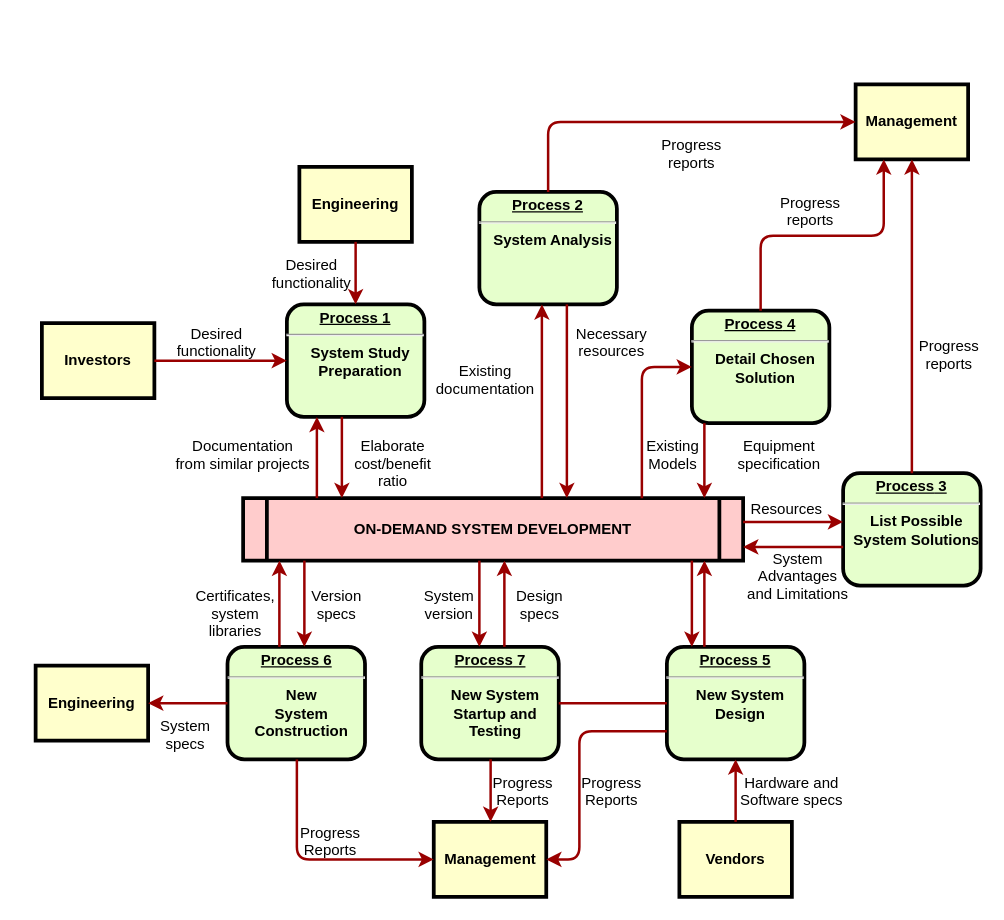
Above: 数据采集方案2.drawio in Luoxun1989/work-graph (draw.io), before the change. Source tidied: cells renumbered, new cells numbered last; positions are measured from the earlier drawing's top-left corner, leaving out a move shared by most shapes. Both pictures are drawn from the tidied source at 125%, with x=0, y=0 at pixel (35, 84).
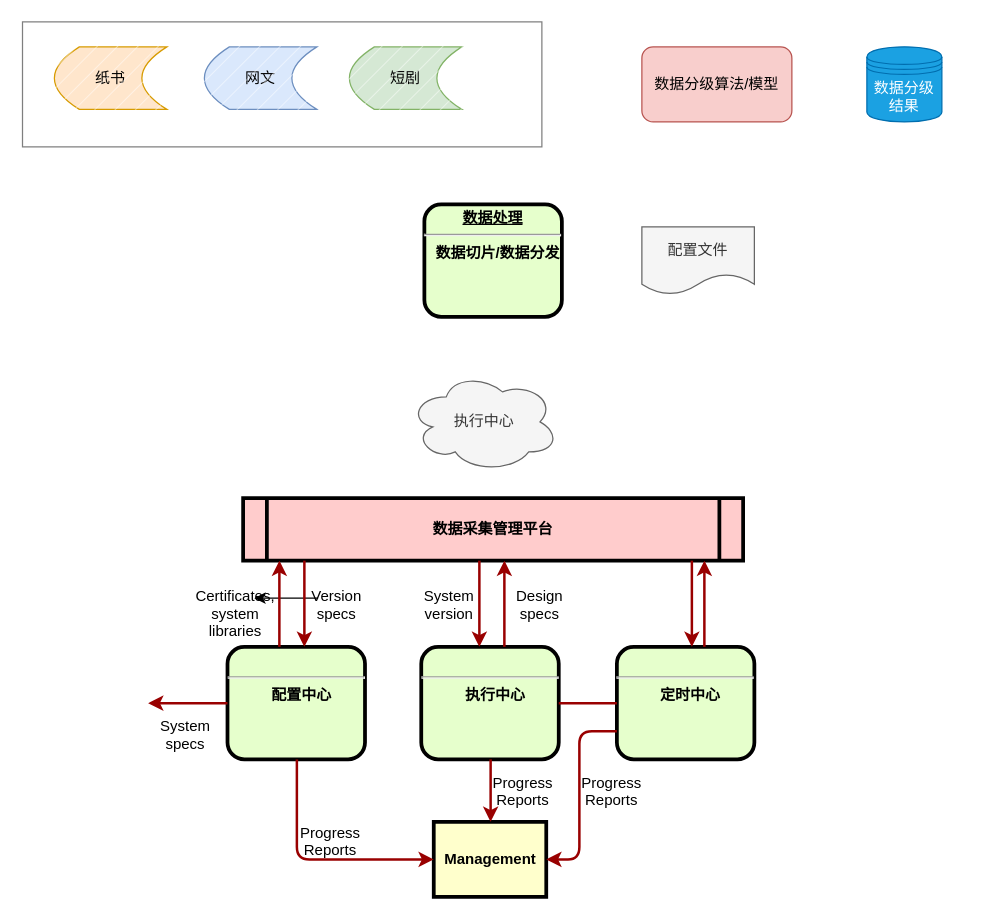
The same page after the edit.

Commit message:
更新数据采集方案2.drawio

Unchanged cells that the change refers to:
```xml
<mxCell id="56" value="Version&#10;specs" style="text;spacingTop=-5;align=center;" parent="1" vertex="1">
  <mxGeometry x="226" y="401" width="30" height="20" as="geometry" />
</mxCell>
<mxCell id="57" value="Certificates,&#10;system&#10;libraries" style="text;spacingTop=-5;align=center;" parent="1" vertex="1">
  <mxGeometry x="145" y="401" width="30" height="20" as="geometry" />
</mxCell>
```

Change to the diagram source:
```diff
@@
-    <mxCell id="2" value="&lt;p style=&quot;margin: 0px; margin-top: 4px; text-align: center; text-decoration: underline;&quot;&gt;&lt;strong&gt;Process 1&lt;br /&gt;&lt;/strong&gt;&lt;/p&gt;&lt;hr /&gt;&lt;p style=&quot;margin: 0px; margin-left: 8px;&quot;&gt;System Study&lt;/p&gt;&lt;p style=&quot;margin: 0px; margin-left: 8px;&quot;&gt;Preparation&lt;/p&gt;" style="verticalAlign=middle;align=center;overflow=fill;fontSize=12;fontFamily=Helvetica;html=1;rounded=1;fontStyle=1;strokeWidth=3;fillColor=#E6FFCC;" parent="1" vertex="1">
-      <mxGeometry x="201" y="176" width="110" height="90" as="geometry" />
-    </mxCell>
-    <mxCell id="3" value="Engineering" style="whiteSpace=wrap;align=center;verticalAlign=middle;fontStyle=1;strokeWidth=3;fillColor=#FFFFCC;" parent="1" vertex="1">
-      <mxGeometry x="211" y="66" width="90" height="60" as="geometry" />
-    </mxCell>
-    <mxCell id="4" value="Investors" style="whiteSpace=wrap;align=center;verticalAlign=middle;fontStyle=1;strokeWidth=3;fillColor=#FFFFCC;" parent="1" vertex="1">
-      <mxGeometry x="5" y="191" width="90" height="60" as="geometry" />
-    </mxCell>
-    <mxCell id="5" value="ON-DEMAND SYSTEM DEVELOPMENT" style="shape=process;whiteSpace=wrap;align=center;verticalAlign=middle;size=0.0475;fontStyle=1;strokeWidth=3;fillColor=#FFCCCC;" parent="1" vertex="1">
+    <mxCell id="5" value="数据采集管理平台" style="shape=process;whiteSpace=wrap;align=center;verticalAlign=middle;size=0.0475;fontStyle=1;strokeWidth=3;fillColor=#FFCCCC;" parent="1" vertex="1">
       <mxGeometry x="166" y="331" width="400" height="50" as="geometry" />
     </mxCell>
-    <mxCell id="6" value="&lt;p style=&quot;margin: 0px; margin-top: 4px; text-align: center; text-decoration: underline;&quot;&gt;&lt;strong&gt;Process 2&lt;br /&gt;&lt;/strong&gt;&lt;/p&gt;&lt;hr /&gt;&lt;p style=&quot;margin: 0px; margin-left: 8px;&quot;&gt;System Analysis&lt;/p&gt;" style="verticalAlign=middle;align=center;overflow=fill;fontSize=12;fontFamily=Helvetica;html=1;rounded=1;fontStyle=1;strokeWidth=3;fillColor=#E6FFCC;" parent="1" vertex="1">
-      <mxGeometry x="355" y="86" width="110" height="90" as="geometry" />
+    <mxCell id="6" value="&lt;p style=&quot;margin: 0px; margin-top: 4px; text-align: center; text-decoration: underline;&quot;&gt;&lt;strong&gt;数据处理&lt;br&gt;&lt;/strong&gt;&lt;/p&gt;&lt;hr&gt;&lt;p style=&quot;margin: 0px; margin-left: 8px;&quot;&gt;数据切片/数据分发&lt;/p&gt;" style="verticalAlign=middle;align=center;overflow=fill;fontSize=12;fontFamily=Helvetica;html=1;rounded=1;fontStyle=1;strokeWidth=3;fillColor=#E6FFCC;" parent="1" vertex="1">
+      <mxGeometry x="311" y="96" width="110" height="90" as="geometry" />
     </mxCell>
-    <mxCell id="7" value="&lt;p style=&quot;margin: 0px; margin-top: 4px; text-align: center; text-decoration: underline;&quot;&gt;&lt;strong&gt;&lt;strong&gt;Process&lt;/strong&gt; 3&lt;br /&gt;&lt;/strong&gt;&lt;/p&gt;&lt;hr /&gt;&lt;p style=&quot;margin: 0px; margin-left: 8px;&quot;&gt;List Possible&lt;/p&gt;&lt;p style=&quot;margin: 0px; margin-left: 8px;&quot;&gt;System Solutions&lt;/p&gt;" style="verticalAlign=middle;align=center;overflow=fill;fontSize=12;fontFamily=Helvetica;html=1;rounded=1;fontStyle=1;strokeWidth=3;fillColor=#E6FFCC;" parent="1" vertex="1">
-      <mxGeometry x="646" y="311" width="110" height="90" as="geometry" />
-    </mxCell>
-    <mxCell id="8" value="&lt;p style=&quot;margin: 0px; margin-top: 4px; text-align: center; text-decoration: underline;&quot;&gt;&lt;strong&gt;&lt;strong&gt;Process&lt;/strong&gt; 4&lt;br /&gt;&lt;/strong&gt;&lt;/p&gt;&lt;hr /&gt;&lt;p style=&quot;margin: 0px; margin-left: 8px;&quot;&gt;Detail Chosen&lt;/p&gt;&lt;p style=&quot;margin: 0px; margin-left: 8px;&quot;&gt;Solution&lt;/p&gt;" style="verticalAlign=middle;align=center;overflow=fill;fontSize=12;fontFamily=Helvetica;html=1;rounded=1;fontStyle=1;strokeWidth=3;fillColor=#E6FFCC;" parent="1" vertex="1">
-      <mxGeometry x="525" y="181" width="110" height="90" as="geometry" />
-    </mxCell>
-    <mxCell id="9" value="&lt;p style=&quot;margin: 0px; margin-top: 4px; text-align: center; text-decoration: underline;&quot;&gt;&lt;strong&gt;&lt;strong&gt;Process&lt;/strong&gt; 5&lt;br /&gt;&lt;/strong&gt;&lt;/p&gt;&lt;hr /&gt;&lt;p style=&quot;margin: 0px; margin-left: 8px;&quot;&gt;New System&lt;/p&gt;&lt;p style=&quot;margin: 0px; margin-left: 8px;&quot;&gt;Design&lt;/p&gt;" style="verticalAlign=middle;align=center;overflow=fill;fontSize=12;fontFamily=Helvetica;html=1;rounded=1;fontStyle=1;strokeWidth=3;fillColor=#E6FFCC;" parent="1" vertex="1">
-      <mxGeometry x="505" y="450" width="110" height="90" as="geometry" />
+    <mxCell id="9" value="&lt;p style=&quot;margin: 0px; margin-top: 4px; text-align: center; text-decoration: underline;&quot;&gt;&lt;strong&gt;&lt;br&gt;&lt;/strong&gt;&lt;/p&gt;&lt;hr&gt;&lt;p style=&quot;margin: 0px; margin-left: 8px;&quot;&gt;定时中心&lt;/p&gt;" style="verticalAlign=middle;align=center;overflow=fill;fontSize=12;fontFamily=Helvetica;html=1;rounded=1;fontStyle=1;strokeWidth=3;fillColor=#E6FFCC;" parent="1" vertex="1">
+      <mxGeometry x="465" y="450" width="110" height="90" as="geometry" />
     </mxCell>
-    <mxCell id="10" value="&lt;p style=&quot;margin: 0px; margin-top: 4px; text-align: center; text-decoration: underline;&quot;&gt;&lt;strong&gt;&lt;strong&gt;Process&lt;/strong&gt; 6&lt;br /&gt;&lt;/strong&gt;&lt;/p&gt;&lt;hr /&gt;&lt;p style=&quot;margin: 0px; margin-left: 8px;&quot;&gt;New&lt;/p&gt;&lt;p style=&quot;margin: 0px; margin-left: 8px;&quot;&gt;System&lt;/p&gt;&lt;p style=&quot;margin: 0px; margin-left: 8px;&quot;&gt;Construction&lt;/p&gt;" style="verticalAlign=middle;align=center;overflow=fill;fontSize=12;fontFamily=Helvetica;html=1;rounded=1;fontStyle=1;strokeWidth=3;fillColor=#E6FFCC;" parent="1" vertex="1">
+    <mxCell id="10" value="&lt;p style=&quot;margin: 0px; margin-top: 4px; text-align: center; text-decoration: underline;&quot;&gt;&lt;strong&gt;&lt;br&gt;&lt;/strong&gt;&lt;/p&gt;&lt;hr&gt;&lt;p style=&quot;margin: 0px; margin-left: 8px;&quot;&gt;配置中心&lt;/p&gt;" style="verticalAlign=middle;align=center;overflow=fill;fontSize=12;fontFamily=Helvetica;html=1;rounded=1;fontStyle=1;strokeWidth=3;fillColor=#E6FFCC;" parent="1" vertex="1">
       <mxGeometry x="153.5" y="450" width="110" height="90" as="geometry" />
     </mxCell>
-    <mxCell id="11" value="Management" style="whiteSpace=wrap;align=center;verticalAlign=middle;fontStyle=1;strokeWidth=3;fillColor=#FFFFCC;" parent="1" vertex="1">
-      <mxGeometry x="656" width="90" height="60" as="geometry" />
-    </mxCell>
@@
-    <mxCell id="13" value="Engineering" style="whiteSpace=wrap;align=center;verticalAlign=middle;fontStyle=1;strokeWidth=3;fillColor=#FFFFCC;" parent="1" vertex="1">
-      <mxGeometry y="465" width="90" height="60" as="geometry" />
-    </mxCell>
-    <mxCell id="14" value="Vendors" style="whiteSpace=wrap;align=center;verticalAlign=middle;fontStyle=1;strokeWidth=3;fillColor=#FFFFCC;" parent="1" vertex="1">
-      <mxGeometry x="515" y="590" width="90" height="60" as="geometry" />
-    </mxCell>
-    <mxCell id="15" style="edgeStyle=none;noEdgeStyle=1;strokeColor=#990000;strokeWidth=2;" parent="1" edge="1" source="3" target="2">
-      <mxGeometry relative="1" as="geometry" />
-    </mxCell>
-    <mxCell id="16" style="edgeStyle=none;noEdgeStyle=1;strokeColor=#990000;strokeWidth=2;" parent="1" edge="1" source="4" target="2">
-      <mxGeometry relative="1" as="geometry" />
-    </mxCell>
-    <mxCell id="17" value="&lt;p style=&quot;margin: 0px; margin-top: 4px; text-align: center; text-decoration: underline;&quot;&gt;&lt;strong&gt;&lt;strong&gt;Process&lt;/strong&gt; 7&lt;br /&gt;&lt;/strong&gt;&lt;/p&gt;&lt;hr /&gt;&lt;p style=&quot;margin: 0px; margin-left: 8px;&quot;&gt;New System&lt;/p&gt;&lt;p style=&quot;margin: 0px; margin-left: 8px;&quot;&gt;Startup and&lt;/p&gt;&lt;p style=&quot;margin: 0px; margin-left: 8px;&quot;&gt;Testing&lt;/p&gt;" style="verticalAlign=middle;align=center;overflow=fill;fontSize=12;fontFamily=Helvetica;html=1;rounded=1;fontStyle=1;strokeWidth=3;fillColor=#E6FFCC;" parent="1" vertex="1">
+    <mxCell id="17" value="&lt;p style=&quot;margin: 0px; margin-top: 4px; text-align: center; text-decoration: underline;&quot;&gt;&lt;strong&gt;&lt;br&gt;&lt;/strong&gt;&lt;/p&gt;&lt;hr&gt;&lt;p style=&quot;margin: 0px; margin-left: 8px;&quot;&gt;执行中心&lt;/p&gt;" style="verticalAlign=middle;align=center;overflow=fill;fontSize=12;fontFamily=Helvetica;html=1;rounded=1;fontStyle=1;strokeWidth=3;fillColor=#E6FFCC;" parent="1" vertex="1">
       <mxGeometry x="308.5" y="450" width="110" height="90" as="geometry" />
     </mxCell>
@@
-    <mxCell id="19" value="Desired &#10;functionality" style="text;spacingTop=-5;align=center;" parent="1" vertex="1">
-      <mxGeometry x="130" y="191" width="30" height="20" as="geometry" />
-    </mxCell>
-    <mxCell id="20" value="Desired &#10;functionality" style="text;spacingTop=-5;align=center;" parent="1" vertex="1">
-      <mxGeometry x="206" y="136" width="30" height="20" as="geometry" />
-    </mxCell>
-    <mxCell id="21" value="Documentation&#10;from similar projects" style="text;spacingTop=-5;align=center;" parent="1" vertex="1">
-      <mxGeometry x="151" y="281" width="30" height="20" as="geometry" />
-    </mxCell>
-    <mxCell id="22" style="edgeStyle=elbowEdgeStyle;elbow=horizontal;strokeColor=#990000;strokeWidth=2;" parent="1" edge="1" source="5" target="2">
-      <mxGeometry relative="1" as="geometry">
-        <Array as="points">
-          <mxPoint x="225" y="310" />
-        </Array>
-      </mxGeometry>
-    </mxCell>
-    <mxCell id="23" style="edgeStyle=elbowEdgeStyle;elbow=horizontal;strokeColor=#990000;strokeWidth=2;" parent="1" edge="1" source="2" target="5">
-      <mxGeometry relative="1" as="geometry">
-        <Array as="points">
-          <mxPoint x="245" y="300" />
-        </Array>
-      </mxGeometry>
-    </mxCell>
-    <mxCell id="24" value="Elaborate&#10;cost/benefit&#10;ratio" style="text;spacingTop=-5;align=center;" parent="1" vertex="1">
-      <mxGeometry x="271" y="281" width="30" height="20" as="geometry" />
-    </mxCell>
-    <mxCell id="25" style="edgeStyle=elbowEdgeStyle;elbow=horizontal;strokeColor=#990000;strokeWidth=2;" parent="1" edge="1" source="5" target="6">
-      <mxGeometry relative="1" as="geometry">
-        <Array as="points">
-          <mxPoint x="405" y="250" />
-        </Array>
-      </mxGeometry>
-    </mxCell>
-    <mxCell id="26" style="edgeStyle=elbowEdgeStyle;elbow=horizontal;strokeColor=#990000;strokeWidth=2;" parent="1" edge="1" source="6" target="5">
-      <mxGeometry relative="1" as="geometry">
-        <Array as="points">
-          <mxPoint x="425" y="260" />
-        </Array>
-      </mxGeometry>
-    </mxCell>
-    <mxCell id="27" value="Existing&#10;documentation" style="text;spacingTop=-5;align=center;" parent="1" vertex="1">
-      <mxGeometry x="345" y="221" width="30" height="20" as="geometry" />
-    </mxCell>
-    <mxCell id="28" value="Necessary&#10;resources" style="text;spacingTop=-5;align=center;" parent="1" vertex="1">
-      <mxGeometry x="446" y="191" width="30" height="20" as="geometry" />
-    </mxCell>
-    <mxCell id="29" value="Progress&#10;reports" style="text;spacingTop=-5;align=center;" parent="1" vertex="1">
-      <mxGeometry x="510" y="40" width="30" height="20" as="geometry" />
-    </mxCell>
-    <mxCell id="30" value="Progress&#10;reports" style="text;spacingTop=-5;align=center;" parent="1" vertex="1">
-      <mxGeometry x="605" y="86" width="30" height="20" as="geometry" />
-    </mxCell>
-    <mxCell id="31" value="Progress&#10;reports" style="text;spacingTop=-5;align=center;" parent="1" vertex="1">
-      <mxGeometry x="716" y="201" width="30" height="20" as="geometry" />
-    </mxCell>
-    <mxCell id="32" style="edgeStyle=elbowEdgeStyle;elbow=horizontal;strokeColor=#990000;strokeWidth=2;" parent="1" edge="1" source="6" target="11">
-      <mxGeometry relative="1" as="geometry">
-        <Array as="points">
-          <mxPoint x="410" y="80" />
-        </Array>
-      </mxGeometry>
-    </mxCell>
-    <mxCell id="33" style="edgeStyle=elbowEdgeStyle;elbow=vertical;entryX=0.25;entryY=1;strokeColor=#990000;strokeWidth=2;" parent="1" edge="1" source="8" target="11">
-      <mxGeometry relative="1" as="geometry" />
-    </mxCell>
-    <mxCell id="34" style="edgeStyle=elbowEdgeStyle;elbow=horizontal;strokeColor=#990000;strokeWidth=2;" parent="1" edge="1" source="7" target="11">
-      <mxGeometry relative="1" as="geometry" />
-    </mxCell>
-    <mxCell id="35" style="edgeStyle=elbowEdgeStyle;elbow=horizontal;strokeColor=#990000;strokeWidth=2;" parent="1" edge="1" source="8" target="5">
-      <mxGeometry relative="1" as="geometry">
-        <Array as="points">
-          <mxPoint x="535" y="300" />
-        </Array>
-      </mxGeometry>
-    </mxCell>
-    <mxCell id="36" style="edgeStyle=segmentEdgeStyle;strokeColor=#990000;strokeWidth=2;" parent="1" edge="1" source="5" target="8">
-      <mxGeometry relative="1" as="geometry">
-        <Array as="points">
-          <mxPoint x="485" y="226" />
-        </Array>
-      </mxGeometry>
-    </mxCell>
-    <mxCell id="37" value="Existing&#10;Models" style="text;spacingTop=-5;align=center;" parent="1" vertex="1">
-      <mxGeometry x="495" y="281" width="30" height="20" as="geometry" />
-    </mxCell>
-    <mxCell id="38" value="Equipment&#10;specification" style="text;spacingTop=-5;align=center;" parent="1" vertex="1">
-      <mxGeometry x="580" y="281" width="30" height="20" as="geometry" />
-    </mxCell>
-    <mxCell id="39" style="edgeStyle=elbowEdgeStyle;elbow=vertical;strokeColor=#990000;strokeWidth=2;" parent="1" edge="1" source="5" target="7">
-      <mxGeometry relative="1" as="geometry">
-        <Array as="points">
-          <mxPoint x="615" y="350" />
-        </Array>
-      </mxGeometry>
-    </mxCell>
-    <mxCell id="40" style="edgeStyle=elbowEdgeStyle;elbow=vertical;strokeColor=#990000;strokeWidth=2;" parent="1" edge="1" source="7" target="5">
-      <mxGeometry relative="1" as="geometry">
-        <Array as="points">
-          <mxPoint x="615" y="370" />
-        </Array>
-      </mxGeometry>
-    </mxCell>
-    <mxCell id="41" value="Resources" style="text;spacingTop=-5;align=center;" parent="1" vertex="1">
-      <mxGeometry x="586" y="331" width="30" height="20" as="geometry" />
-    </mxCell>
-    <mxCell id="42" value="System &#10;Advantages &#10;and Limitations" style="text;spacingTop=-5;align=center;" parent="1" vertex="1">
-      <mxGeometry x="595" y="371" width="30" height="20" as="geometry" />
-    </mxCell>
@@
-    <mxCell id="45" style="edgeStyle=elbowEdgeStyle;elbow=horizontal;strokeColor=#990000;strokeWidth=2;" parent="1" edge="1" source="14" target="9">
-      <mxGeometry relative="1" as="geometry" />
-    </mxCell>
-    <mxCell id="46" value="Hardware and&#10;Software specs" style="text;spacingTop=-5;align=center;" parent="1" vertex="1">
-      <mxGeometry x="590" y="550" width="30" height="20" as="geometry" />
-    </mxCell>
@@
-    <mxCell id="53" style="edgeStyle=elbowEdgeStyle;elbow=vertical;strokeColor=#990000;strokeWidth=2;" parent="1" edge="1" source="10" target="13">
-      <mxGeometry relative="1" as="geometry" />
+    <mxCell id="53" style="edgeStyle=elbowEdgeStyle;elbow=vertical;strokeColor=#990000;strokeWidth=2;" parent="1" edge="1" source="10">
+      <mxGeometry relative="1" as="geometry">
+        <mxPoint x="90" y="495" as="targetPoint" />
+      </mxGeometry>
     </mxCell>
@@
+    <mxCell id="63" style="edgeStyle=orthogonalEdgeStyle;rounded=0;jettySize=auto;html=1;" parent="1" edge="1" source="56" target="57">
+      <mxGeometry relative="1" as="geometry" />
+    </mxCell>
@@
+    <mxCell id="64" value="网文" style="shape=dataStorage;whiteSpace=wrap;html=1;fixedSize=1;fillColor=#dae8fc;strokeColor=#6c8ebf;" parent="1" vertex="1">
+      <mxGeometry x="135" y="-30" width="90" height="50" as="geometry" />
+    </mxCell>
+    <mxCell id="65" value="短剧" style="shape=dataStorage;whiteSpace=wrap;html=1;fixedSize=1;fillColor=#d5e8d4;strokeColor=#82b366;" parent="1" vertex="1">
+      <mxGeometry x="251" y="-30" width="90" height="50" as="geometry" />
+    </mxCell>
+    <mxCell id="66" value="纸书" style="shape=dataStorage;whiteSpace=wrap;html=1;fixedSize=1;fillColor=#ffe6cc;strokeColor=#d79b00;" parent="1" vertex="1">
+      <mxGeometry x="15" y="-30" width="90" height="50" as="geometry" />
+    </mxCell>
+    <mxCell id="67" value="数据分级算法/模型" style="rounded=1;whiteSpace=wrap;html=1;fillColor=#f8cecc;strokeColor=#b85450;" parent="1" vertex="1">
+      <mxGeometry x="485" y="-30" width="120" height="60" as="geometry" />
+    </mxCell>
+    <mxCell id="68" style="rounded=0;whiteSpace=wrap;html=1;fillStyle=hatch;opacity=50;" parent="1" vertex="1">
+      <mxGeometry x="-10.5" y="-50" width="415.5" height="100" as="geometry" />
+    </mxCell>
+    <mxCell id="69" value="数据分级结果" style="shape=datastore;whiteSpace=wrap;html=1;fillColor=#1ba1e2;fontColor=#ffffff;strokeColor=#006EAF;" parent="1" vertex="1">
+      <mxGeometry x="665" y="-30" width="60" height="60" as="geometry" />
+    </mxCell>
+    <mxCell id="70" value="配置文件" style="shape=document;whiteSpace=wrap;html=1;boundedLbl=1;fillColor=#f5f5f5;fontColor=#333333;strokeColor=#666666;" parent="1" vertex="1">
+      <mxGeometry x="485" y="114" width="90" height="54" as="geometry" />
+    </mxCell>
+    <mxCell id="71" value="执行中心" style="ellipse;shape=cloud;whiteSpace=wrap;html=1;fillColor=#f5f5f5;fontColor=#333333;strokeColor=#666666;" parent="1" vertex="1">
+      <mxGeometry x="298.5" y="230" width="120" height="80" as="geometry" />
+    </mxCell>
```
